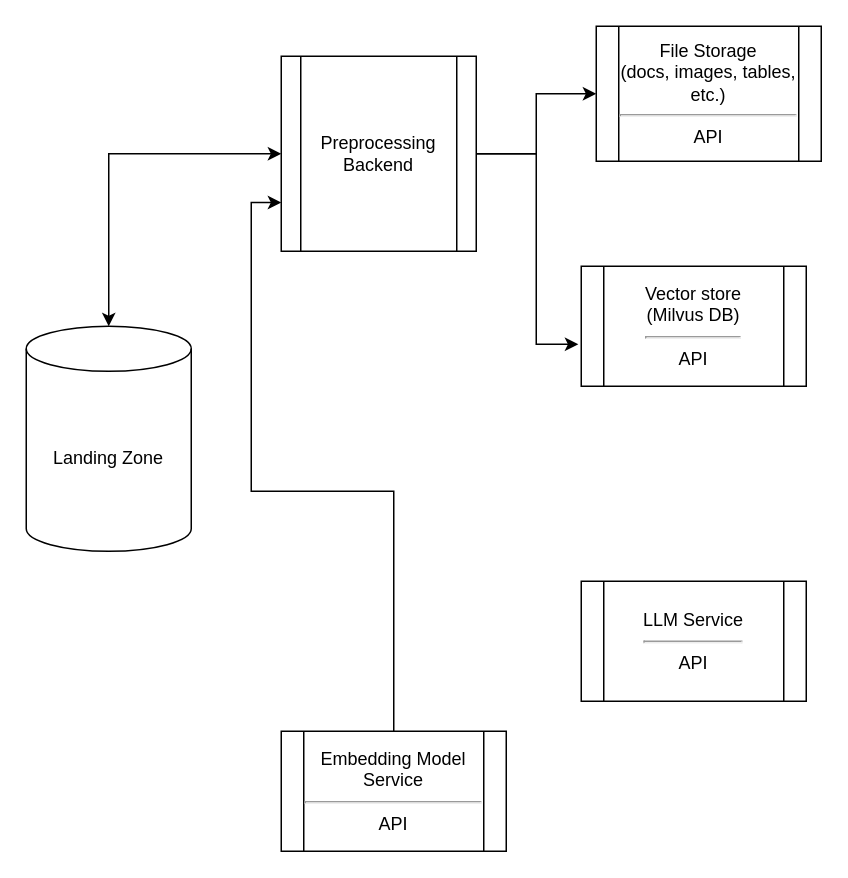
Earlier version of the draw.io diagram page "Preprocessing Pipeline" (1 of 2) of Untitled Diagram.drawio (shobhitag11/RAG_Deployment). Source tidied: cells renumbered, new cells numbered last; positions are measured from the earlier drawing's top-left corner, leaving out a move shared by most shapes. Both pictures are drawn from the tidied source at 150%, with x=0, y=0 at pixel (26, 26).
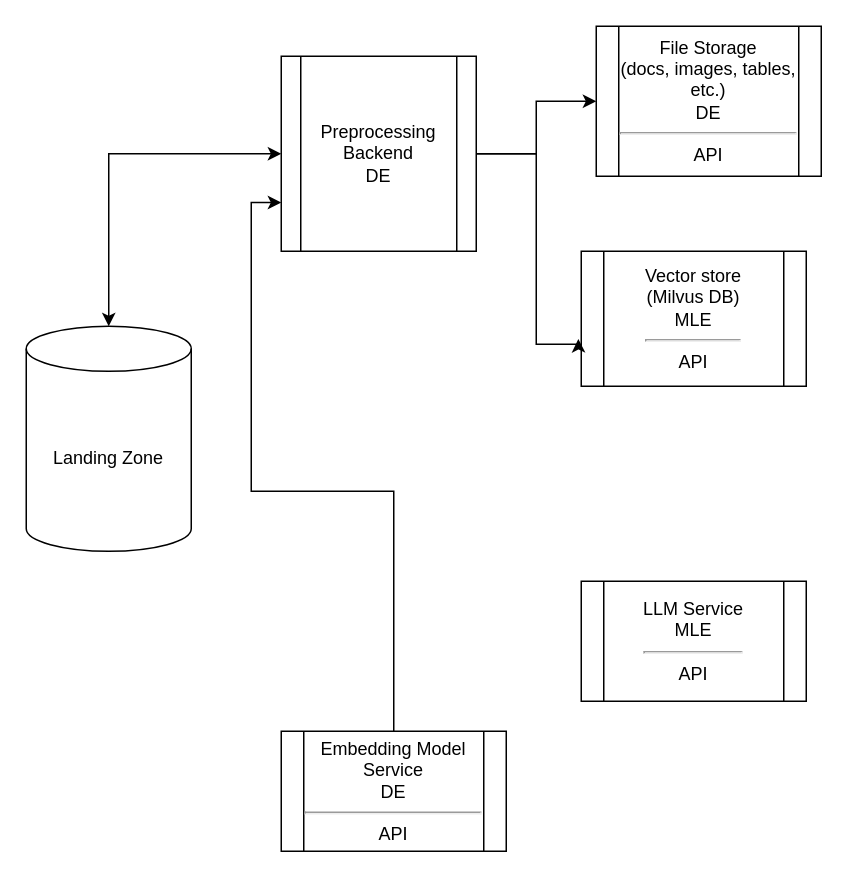
After the change.

Change to the diagram source:
```diff
@@
 <mxGraphModel>
   <root>
     <mxCell id="0" />
     <mxCell id="1" parent="0" />
     <mxCell id="2" value="Landing Zone" style="shape=cylinder3;whiteSpace=wrap;html=1;boundedLbl=1;backgroundOutline=1;size=15;" parent="1" vertex="1">
       <mxGeometry y="200" width="110" height="150" as="geometry" />
     </mxCell>
     <mxCell id="3" style="edgeStyle=orthogonalEdgeStyle;rounded=0;jettySize=auto;html=1;entryX=0;entryY=0.5;entryDx=0;entryDy=0;" parent="1" edge="1" source="4" target="7">
       <mxGeometry relative="1" as="geometry" />
     </mxCell>
-    <mxCell id="4" value="Preprocessing Backend" style="shape=process;whiteSpace=wrap;html=1;backgroundOutline=1;" parent="1" vertex="1">
+    <mxCell id="4" value="Preprocessing Backend&lt;br&gt;DE" style="shape=process;whiteSpace=wrap;html=1;backgroundOutline=1;" parent="1" vertex="1">
       <mxGeometry x="170" y="20" width="130" height="130" as="geometry" />
     </mxCell>
     <mxCell id="5" style="endArrow=classic;startArrow=classic;html=1;rounded=0;entryX=0;entryY=0.5;entryDx=0;entryDy=0;exitX=0.5;exitY=0;exitDx=0;exitDy=0;exitPerimeter=0;" parent="1" edge="1" source="2" target="4">
       <mxGeometry relative="1" as="geometry">
         <Array as="points">
           <mxPoint x="55" y="85" />
         </Array>
       </mxGeometry>
     </mxCell>
-    <mxCell id="6" value="Vector store&lt;br&gt;(Milvus DB)&lt;br&gt;&lt;hr&gt;API" style="shape=process;whiteSpace=wrap;html=1;backgroundOutline=1;" parent="1" vertex="1">
-      <mxGeometry x="370" y="160" width="150" height="80" as="geometry" />
+    <mxCell id="6" value="Vector store&lt;br&gt;(Milvus DB)&lt;br&gt;MLE&lt;br&gt;&lt;hr&gt;API" style="shape=process;whiteSpace=wrap;html=1;backgroundOutline=1;" parent="1" vertex="1">
+      <mxGeometry x="370" y="150" width="150" height="90" as="geometry" />
     </mxCell>
-    <mxCell id="7" value="File Storage&lt;br&gt;(docs, images, tables, etc.)&lt;br&gt;&lt;hr&gt;API" style="shape=process;whiteSpace=wrap;html=1;backgroundOutline=1;" parent="1" vertex="1">
-      <mxGeometry x="380" width="150" height="90" as="geometry" />
+    <mxCell id="7" value="File Storage&lt;br&gt;(docs, images, tables, etc.)&lt;br&gt;DE&lt;br&gt;&lt;hr&gt;API" style="shape=process;whiteSpace=wrap;html=1;backgroundOutline=1;" parent="1" vertex="1">
+      <mxGeometry x="380" width="150" height="100" as="geometry" />
     </mxCell>
-    <mxCell id="8" value="LLM Service&lt;br&gt;&lt;hr&gt;API" style="shape=process;whiteSpace=wrap;html=1;backgroundOutline=1;" parent="1" vertex="1">
+    <mxCell id="8" value="LLM Service&lt;br&gt;MLE&lt;br&gt;&lt;hr&gt;API" style="shape=process;whiteSpace=wrap;html=1;backgroundOutline=1;" parent="1" vertex="1">
       <mxGeometry x="370" y="370" width="150" height="80" as="geometry" />
     </mxCell>
     <mxCell id="9" style="edgeStyle=orthogonalEdgeStyle;rounded=0;jettySize=auto;html=1;entryX=0;entryY=0.75;entryDx=0;entryDy=0;" parent="1" edge="1" source="10" target="4">
       <mxGeometry relative="1" as="geometry" />
     </mxCell>
-    <mxCell id="10" value="Embedding Model Service&lt;br&gt;&lt;hr&gt;API" style="shape=process;whiteSpace=wrap;html=1;backgroundOutline=1;" parent="1" vertex="1">
+    <mxCell id="10" value="Embedding Model Service&lt;br&gt;DE&lt;br&gt;&lt;hr&gt;API" style="shape=process;whiteSpace=wrap;html=1;backgroundOutline=1;" parent="1" vertex="1">
       <mxGeometry x="170" y="470" width="150" height="80" as="geometry" />
     </mxCell>
     <mxCell id="11" style="edgeStyle=orthogonalEdgeStyle;rounded=0;jettySize=auto;html=1;entryX=-0.013;entryY=0.65;entryDx=0;entryDy=0;entryPerimeter=0;" parent="1" edge="1" source="4" target="6">
       <mxGeometry relative="1" as="geometry">
         <Array as="points">
           <mxPoint x="340" y="85" />
           <mxPoint x="340" y="212" />
         </Array>
       </mxGeometry>
     </mxCell>
   </root>
 </mxGraphModel>
```
